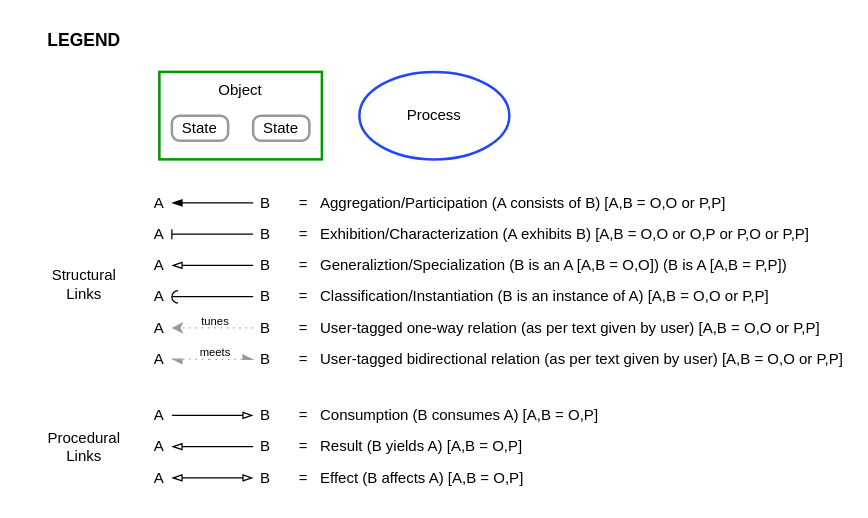
Above: docs/OPM legend.drawio in chaihub/opm-graphviz (draw.io), before the change. Source tidied: cells renumbered, new cells numbered last; positions are measured from the earlier drawing's top-left corner, leaving out a move shared by most shapes. Both pictures are drawn from the tidied source at 125%, with x=0, y=0 at pixel (21, 21).
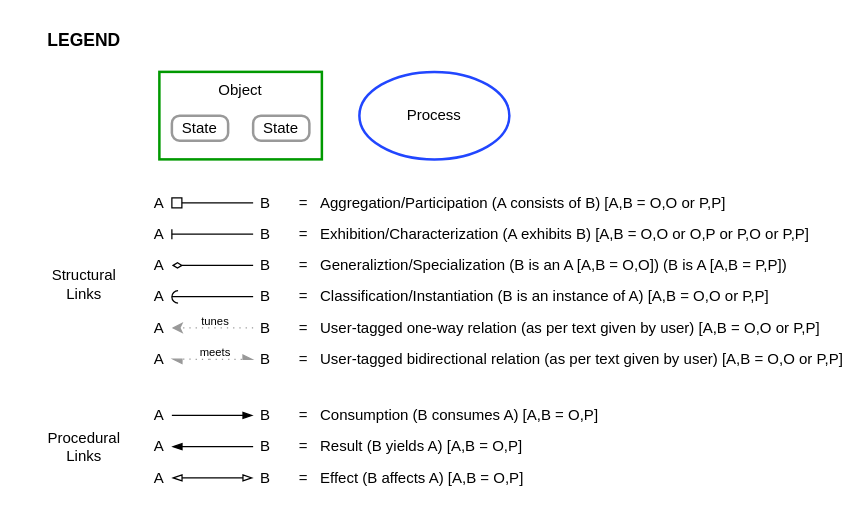
Above is the later version.

What changed in the source:
```diff
@@
-    <mxCell id="38" style="endArrow=blockThin;html=1;rounded=0;endFill=1;" parent="1" edge="1">
+    <mxCell id="38" style="endArrow=box;html=1;rounded=0;endFill=0;" parent="1" edge="1">
       <mxGeometry relative="1" as="geometry">
         <mxPoint x="185" y="144.8" as="sourcePoint" />
         <mxPoint x="120" y="144.8" as="targetPoint" />
       </mxGeometry>
     </mxCell>
@@
-    <mxCell id="40" style="endArrow=blockThin;html=1;rounded=0;endFill=0;" parent="1" edge="1">
+    <mxCell id="40" style="endArrow=diamondThin;html=1;rounded=0;endFill=0;" parent="1" edge="1">
       <mxGeometry relative="1" as="geometry">
         <mxPoint x="185" y="194.8" as="sourcePoint" />
         <mxPoint x="120" y="194.8" as="targetPoint" />
       </mxGeometry>
     </mxCell>
@@
-    <mxCell id="44" style="endArrow=none;html=1;rounded=0;startArrow=blockThin;startFill=0;endFill=0;" parent="1" edge="1">
+    <mxCell id="44" style="endArrow=none;html=1;rounded=0;startArrow=blockThin;startFill=1;endFill=0;" parent="1" edge="1">
       <mxGeometry relative="1" as="geometry">
         <mxPoint x="185" y="314.8" as="sourcePoint" />
         <mxPoint x="120" y="314.8" as="targetPoint" />
       </mxGeometry>
     </mxCell>
-    <mxCell id="45" style="endArrow=blockThin;html=1;rounded=0;endFill=0;" parent="1" edge="1">
+    <mxCell id="45" style="endArrow=blockThin;html=1;rounded=0;endFill=1;" parent="1" edge="1">
       <mxGeometry relative="1" as="geometry">
         <mxPoint x="185" y="339.8" as="sourcePoint" />
         <mxPoint x="120" y="339.8" as="targetPoint" />
       </mxGeometry>
     </mxCell>
```
